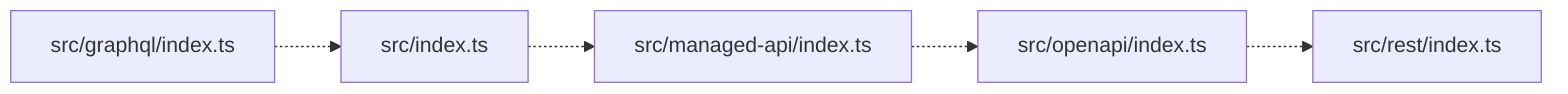
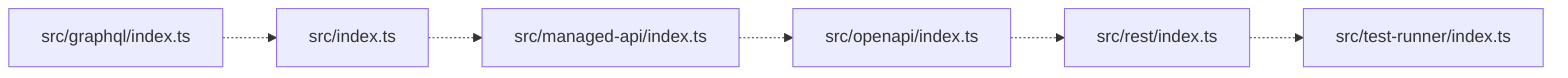
graph LR
  module_src_graphql_index_ts["src/graphql/index.ts"]
  module_src_index_ts["src/index.ts"]
  module_src_managed_api_index_ts["src/managed-api/index.ts"]
  module_src_openapi_index_ts["src/openapi/index.ts"]
  module_src_rest_index_ts["src/rest/index.ts"]
+   module_src_test_runner_index_ts["src/test-runner/index.ts"]
  module_src_graphql_index_ts -.-> module_src_index_ts
  module_src_index_ts -.-> module_src_managed_api_index_ts
  module_src_managed_api_index_ts -.-> module_src_openapi_index_ts
  module_src_openapi_index_ts -.-> module_src_rest_index_ts
+   module_src_rest_index_ts -.-> module_src_test_runner_index_ts
